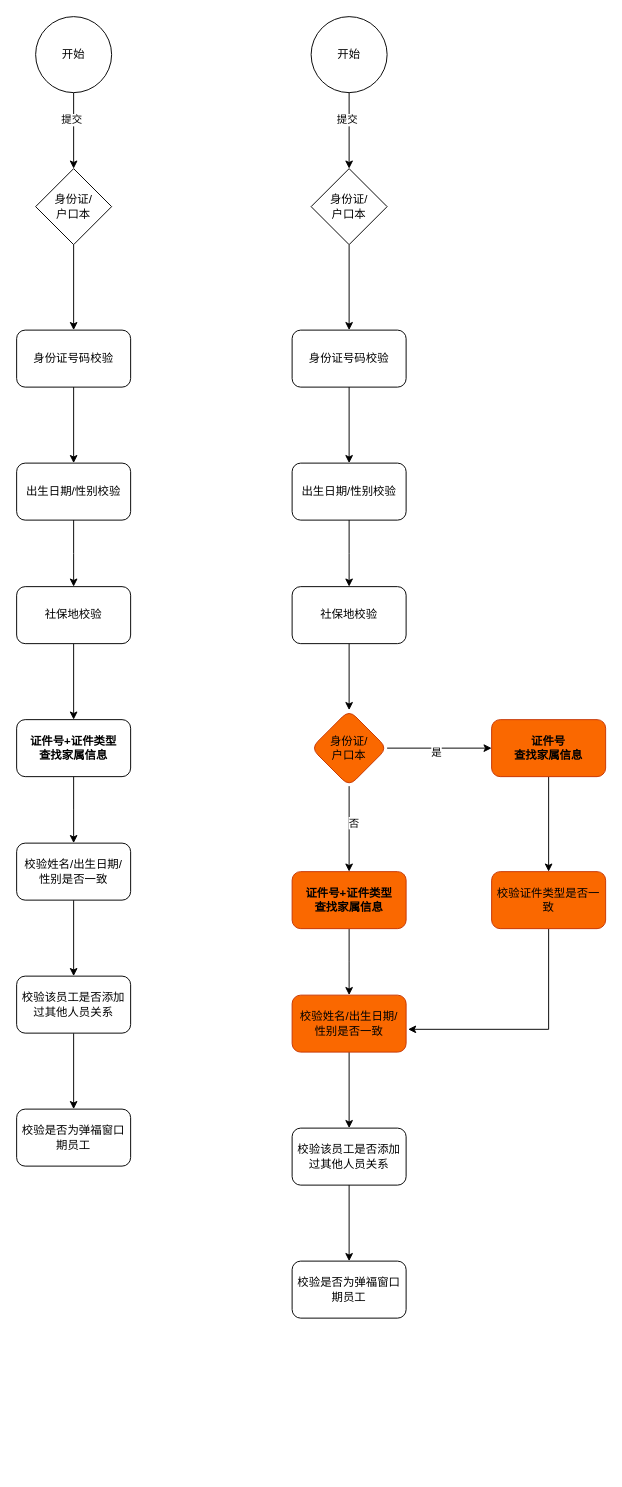
bensjohn/draw.io keeps this draw.io diagram as 弹福双职工添加子女校验.drawio. Above is the earlier version. Source tidied: cells renumbered, new cells numbered last; positions are measured from the earlier drawing's top-left corner, leaving out a move shared by most shapes. Both pictures are drawn from the tidied source at 95%, with x=0, y=0 at pixel (-41, 16).
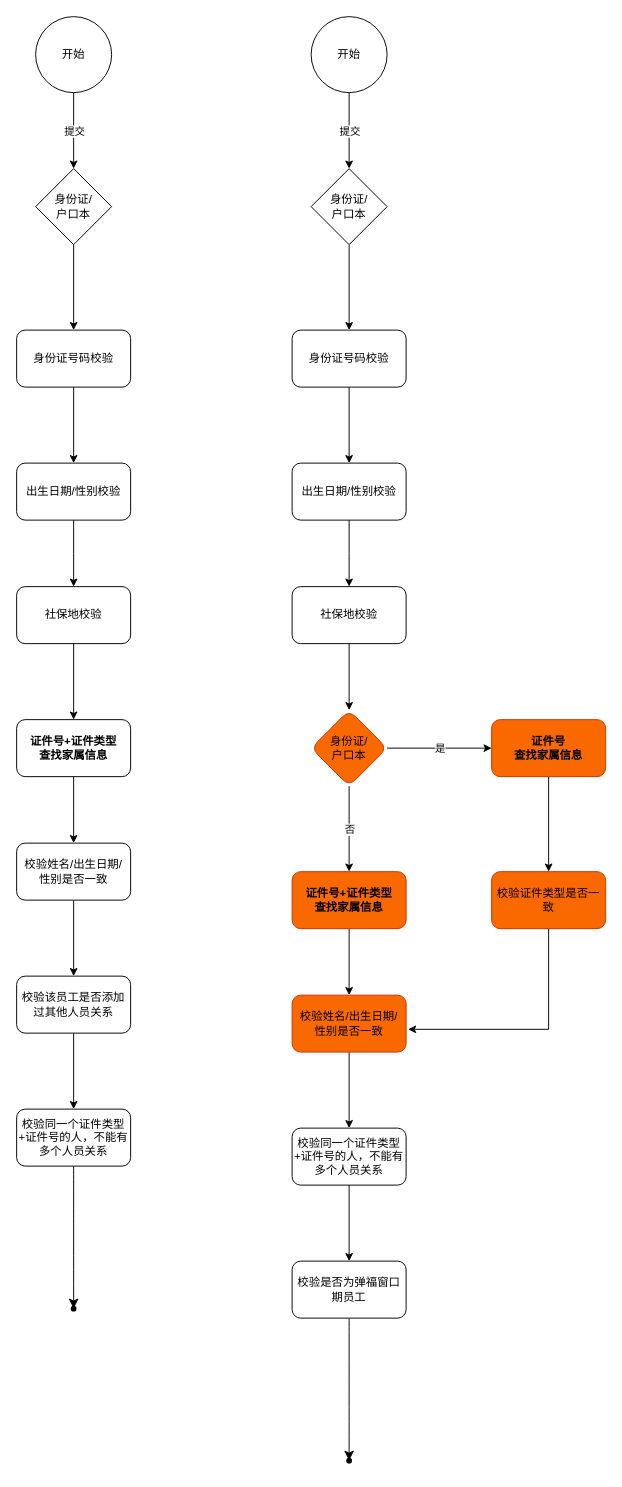
The same page after the edit.

Commit message:
更新弹福双职工添加子女校验.drawio

Unchanged cells that the change refers to:
```xml
<mxCell id="2" style="edgeStyle=orthogonalEdgeStyle;rounded=0;jettySize=auto;html=1;" parent="1" edge="1" source="4" target="6">
  <mxGeometry relative="1" as="geometry" />
</mxCell>
<mxCell id="23" style="edgeStyle=orthogonalEdgeStyle;rounded=0;jettySize=auto;html=1;" parent="1" edge="1" source="25" target="27">
  <mxGeometry relative="1" as="geometry" />
</mxCell>
<mxCell id="40" value="校验是否为弹福窗口期员工" style="rounded=1;whiteSpace=wrap;html=1;" parent="1" vertex="1">
  <mxGeometry x="350" y="1310" width="120" height="60" as="geometry" />
</mxCell>
<mxCell id="41" style="edgeStyle=orthogonalEdgeStyle;rounded=0;jettySize=auto;html=1;" parent="1" edge="1" source="45">
  <mxGeometry relative="1" as="geometry">
    <mxPoint x="410" y="900" as="targetPoint" />
  </mxGeometry>
</mxCell>
<mxCell id="43" style="edgeStyle=orthogonalEdgeStyle;rounded=0;jettySize=auto;html=1;" parent="1" edge="1" source="45" target="47">
  <mxGeometry relative="1" as="geometry" />
</mxCell>
```

Change to the diagram source:
```diff
@@
     <mxCell id="3" value="提交" style="edgeLabel;html=1;align=center;verticalAlign=middle;" parent="2" vertex="1">
-      <mxGeometry x="-0.3" y="-3" relative="1" as="geometry" />
+      <mxGeometry relative="1" as="geometry" />
     </mxCell>
@@
+    <mxCell id="50" style="edgeStyle=none;curved=1;rounded=0;jettySize=auto;html=1;fontSize=12;startSize=8;endSize=8;" parent="1" edge="1" source="22" target="52">
+      <mxGeometry relative="1" as="geometry" />
+    </mxCell>
-    <mxCell id="22" value="校验是否为弹福窗口期员工" style="rounded=1;whiteSpace=wrap;html=1;" parent="1" vertex="1">
+    <mxCell id="22" value="校验同一个证件类型+证件号的人，不能有多个人员关系" style="rounded=1;whiteSpace=wrap;html=1;" parent="1" vertex="1">
       <mxGeometry x="60" y="1150" width="120" height="60" as="geometry" />
     </mxCell>
@@
     <mxCell id="24" value="提交" style="edgeLabel;html=1;align=center;verticalAlign=middle;" parent="23" vertex="1">
-      <mxGeometry x="-0.3" y="-3" relative="1" as="geometry" />
+      <mxGeometry relative="1" as="geometry" />
     </mxCell>
@@
-    <mxCell id="39" value="校验该员工是否添加过其他人员关系" style="rounded=1;whiteSpace=wrap;html=1;" parent="1" vertex="1">
+    <mxCell id="39" value="校验同一个证件类型+证件号的人，不能有多个人员关系" style="rounded=1;whiteSpace=wrap;html=1;" parent="1" vertex="1">
       <mxGeometry x="350" y="1170" width="120" height="60" as="geometry" />
     </mxCell>
+    <mxCell id="51" style="edgeStyle=none;curved=1;rounded=0;jettySize=auto;html=1;fontSize=12;startSize=8;endSize=8;" parent="1" edge="1" source="40" target="53">
+      <mxGeometry relative="1" as="geometry" />
+    </mxCell>
@@
     <mxCell id="42" value="否" style="edgeLabel;html=1;align=center;verticalAlign=middle;" parent="41" vertex="1">
-      <mxGeometry x="-0.16" y="4" relative="1" as="geometry" />
+      <mxGeometry relative="1" as="geometry" />
     </mxCell>
@@
     <mxCell id="44" value="是" style="edgeLabel;html=1;align=center;verticalAlign=middle;" parent="43" vertex="1">
-      <mxGeometry x="-0.07" y="-4" relative="1" as="geometry" />
+      <mxGeometry relative="1" as="geometry" />
     </mxCell>
@@
+    <mxCell id="52" style="shape=waypoint;sketch=0;size=6;points=[];fillColor=default;perimeter=centerPerimeter;snapToPoint=1;rounded=1;" parent="1" vertex="1">
+      <mxGeometry x="110" y="1350" width="20" height="20" as="geometry" />
+    </mxCell>
+    <mxCell id="53" style="shape=waypoint;sketch=0;size=6;points=[];fillColor=default;perimeter=centerPerimeter;snapToPoint=1;rounded=1;" parent="1" vertex="1">
+      <mxGeometry x="400" y="1510" width="20" height="20" as="geometry" />
+    </mxCell>
```
